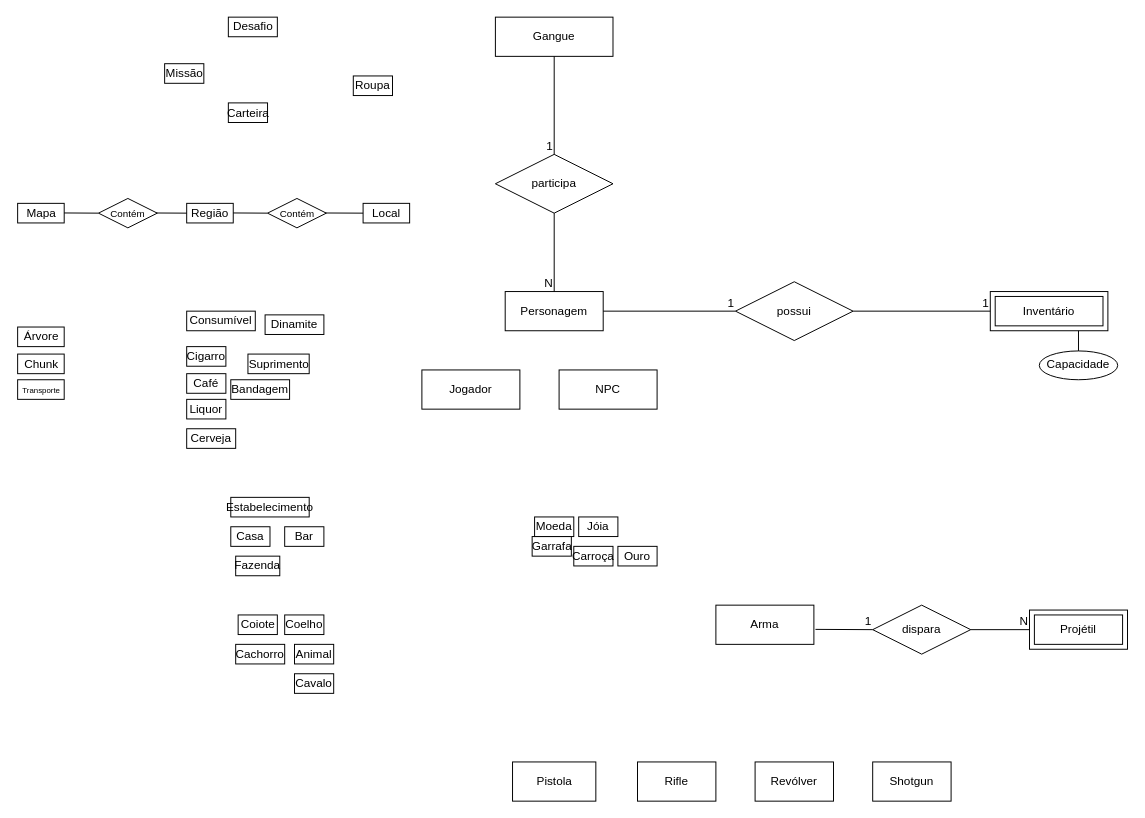
Earlier version of the draw.io diagram assets/img/Untitled Diagram.drawio (SBD1/2024.1-Red_Dead_Redemption2). Source tidied: cells renumbered, new cells numbered last; positions are measured from the earlier drawing's top-left corner, leaving out a move shared by most shapes. Both pictures are drawn from the tidied source at 98%, with x=0, y=0 at pixel (18, 17).
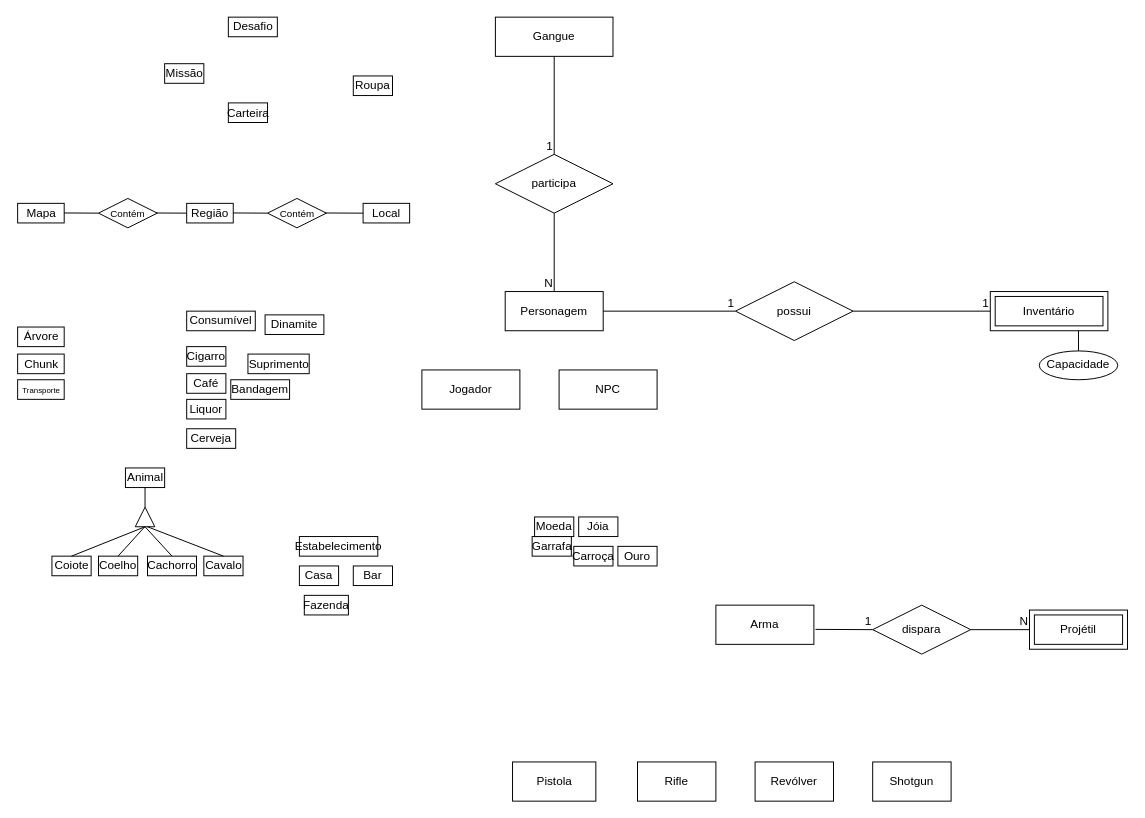
Above is the later version.

What changed in the source:
```diff
@@
     <mxCell id="2" value="Cachorro" style="whiteSpace=wrap;html=1;" parent="1" vertex="1">
-      <mxGeometry x="222" y="640" width="50" height="20" as="geometry" />
+      <mxGeometry x="132" y="550" width="50" height="20" as="geometry" />
     </mxCell>
     <mxCell id="3" value="Bar" style="whiteSpace=wrap;html=1;" parent="1" vertex="1">
-      <mxGeometry x="272" y="520" width="40" height="20" as="geometry" />
+      <mxGeometry x="342" y="560" width="40" height="20" as="geometry" />
     </mxCell>
@@
     <mxCell id="5" value="Coiote" style="whiteSpace=wrap;html=1;" parent="1" vertex="1">
-      <mxGeometry x="224.5" y="610" width="40" height="20" as="geometry" />
+      <mxGeometry x="34.5" y="550" width="40" height="20" as="geometry" />
     </mxCell>
@@
     <mxCell id="10" value="Coelho" style="whiteSpace=wrap;html=1;" parent="1" vertex="1">
-      <mxGeometry x="272" y="610" width="40" height="20" as="geometry" />
+      <mxGeometry x="82" y="550" width="40" height="20" as="geometry" />
     </mxCell>
@@
     <mxCell id="12" value="Cavalo" style="whiteSpace=wrap;html=1;" parent="1" vertex="1">
-      <mxGeometry x="282" y="670" width="40" height="20" as="geometry" />
+      <mxGeometry x="189.5" y="550" width="40" height="20" as="geometry" />
     </mxCell>
@@
     <mxCell id="20" value="Animal" style="whiteSpace=wrap;html=1;" parent="1" vertex="1">
-      <mxGeometry x="282" y="640" width="40" height="20" as="geometry" />
+      <mxGeometry x="109.5" y="460" width="40" height="20" as="geometry" />
     </mxCell>
@@
     <mxCell id="25" value="Estabelecimento" style="whiteSpace=wrap;html=1;" parent="1" vertex="1">
-      <mxGeometry x="217" y="490" width="80" height="20" as="geometry" />
+      <mxGeometry x="287" y="530" width="80" height="20" as="geometry" />
     </mxCell>
     <mxCell id="26" value="Casa" style="whiteSpace=wrap;html=1;" parent="1" vertex="1">
-      <mxGeometry x="217" y="520" width="40" height="20" as="geometry" />
+      <mxGeometry x="287" y="560" width="40" height="20" as="geometry" />
     </mxCell>
     <mxCell id="27" value="Fazenda" style="whiteSpace=wrap;html=1;" parent="1" vertex="1">
-      <mxGeometry x="222" y="550" width="45" height="20" as="geometry" />
+      <mxGeometry x="292" y="590" width="45" height="20" as="geometry" />
     </mxCell>
@@
+    <mxCell id="68" style="triangle;whiteSpace=wrap;html=1;direction=north;" parent="1" vertex="1">
+      <mxGeometry x="119.5" y="500" width="20" height="20" as="geometry" />
+    </mxCell>
+    <mxCell id="69" style="endArrow=none;html=1;rounded=0;entryX=0.5;entryY=1;entryDx=0;entryDy=0;exitX=1;exitY=0.5;exitDx=0;exitDy=0;" parent="1" edge="1" source="68" target="20">
+      <mxGeometry relative="1" as="geometry" />
+    </mxCell>
+    <mxCell id="70" style="endArrow=none;html=1;rounded=0;entryX=0;entryY=0.5;entryDx=0;entryDy=0;exitX=0.5;exitY=0;exitDx=0;exitDy=0;" parent="1" edge="1" source="5" target="68">
+      <mxGeometry relative="1" as="geometry" />
+    </mxCell>
+    <mxCell id="71" style="endArrow=none;html=1;rounded=0;entryX=0.5;entryY=1;entryDx=0;entryDy=0;exitX=0.5;exitY=0;exitDx=0;exitDy=0;" parent="1" edge="1" source="10">
+      <mxGeometry relative="1" as="geometry">
+        <mxPoint x="129.2" y="520" as="targetPoint" />
+      </mxGeometry>
+    </mxCell>
+    <mxCell id="72" style="endArrow=none;html=1;rounded=0;entryX=0;entryY=0.5;entryDx=0;entryDy=0;exitX=0.5;exitY=0;exitDx=0;exitDy=0;" parent="1" edge="1" source="2" target="68">
+      <mxGeometry relative="1" as="geometry" />
+    </mxCell>
+    <mxCell id="73" style="endArrow=none;html=1;rounded=0;exitX=0.5;exitY=0;exitDx=0;exitDy=0;" parent="1" edge="1" source="12">
+      <mxGeometry relative="1" as="geometry">
+        <mxPoint x="132" y="520" as="targetPoint" />
+      </mxGeometry>
+    </mxCell>
```
